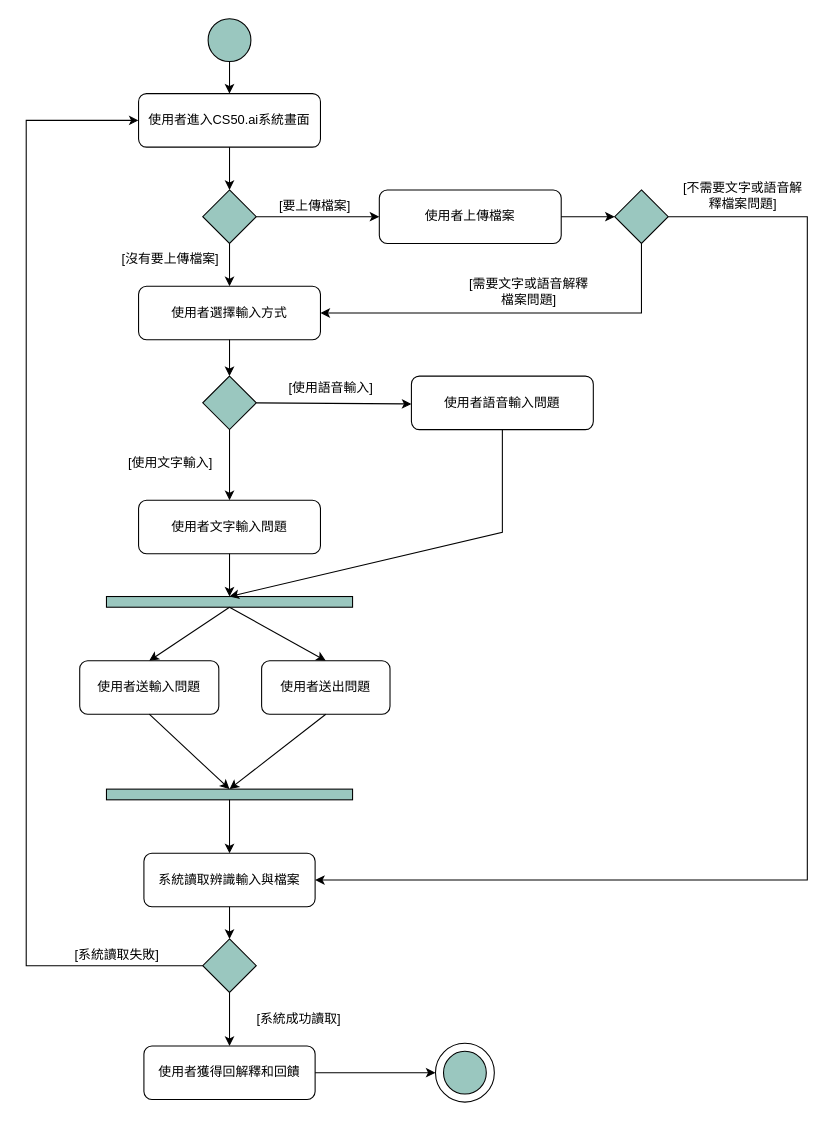
This is page "第 2 页" (2 of 2) of SA_HW2.drawio from liangyinglly/liangyinglly, a draw.io file, before an edit. Source tidied: cells renumbered, new cells numbered last; positions are measured from the earlier drawing's top-left corner, leaving out a move shared by most shapes. Both pictures are drawn from the tidied source at 107%, with x=0, y=0 at pixel (26, 18).
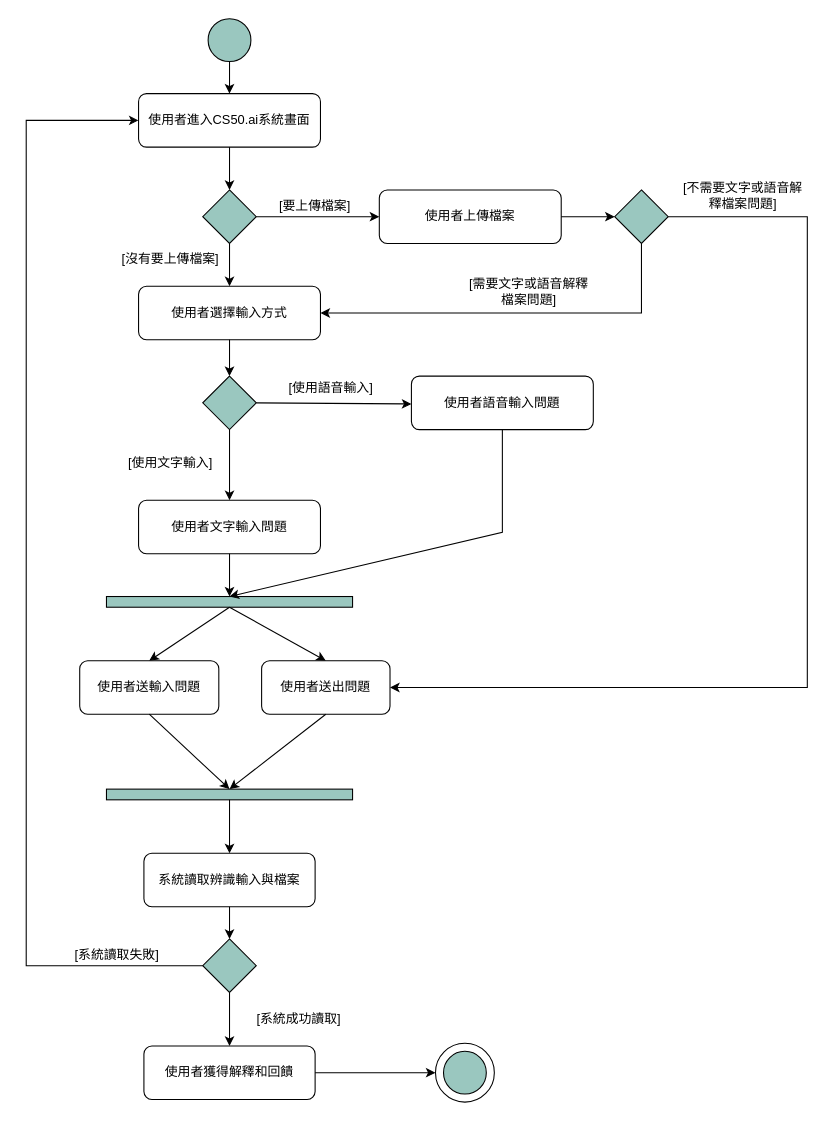
The same page after the edit.

Unchanged cells that the change refers to:
```xml
<mxCell id="26" value="使用者送出問題" style="rounded=1;whiteSpace=wrap;html=1;" parent="1" vertex="1">
  <mxGeometry x="220" y="600" width="120" height="50" as="geometry" />
</mxCell>
<mxCell id="38" style="rhombus;whiteSpace=wrap;html=1;fillColor=#9AC7BF;" parent="1" vertex="1">
  <mxGeometry x="550" y="160" width="50" height="50" as="geometry" />
</mxCell>
<mxCell id="44" value="系統讀取辨識輸入與檔案" style="rounded=1;whiteSpace=wrap;html=1;" parent="1" vertex="1">
  <mxGeometry x="110" y="780" width="160" height="50" as="geometry" />
</mxCell>
```

Diff of the diagram source:
```diff
@@
-    <mxCell id="28" value="使用者獲得回解釋和回饋" style="rounded=1;whiteSpace=wrap;html=1;" parent="1" vertex="1">
+    <mxCell id="28" value="使用者獲得解釋和回饋" style="rounded=1;whiteSpace=wrap;html=1;" parent="1" vertex="1">
       <mxGeometry x="110" y="960" width="160" height="50" as="geometry" />
     </mxCell>
@@
-    <mxCell id="40" style="endArrow=classic;html=1;rounded=0;exitX=1;exitY=0.5;exitDx=0;exitDy=0;entryX=1;entryY=0.5;entryDx=0;entryDy=0;" parent="1" edge="1" source="38" target="44">
+    <mxCell id="40" style="endArrow=classic;html=1;rounded=0;exitX=1;exitY=0.5;exitDx=0;exitDy=0;entryX=1;entryY=0.5;entryDx=0;entryDy=0;" parent="1" edge="1" source="38" target="26">
       <mxGeometry relative="1" as="geometry">
         <Array as="points">
           <mxPoint x="730" y="185" />
-          <mxPoint x="730" y="805" />
+          <mxPoint x="730" y="625" />
         </Array>
       </mxGeometry>
     </mxCell>
```
